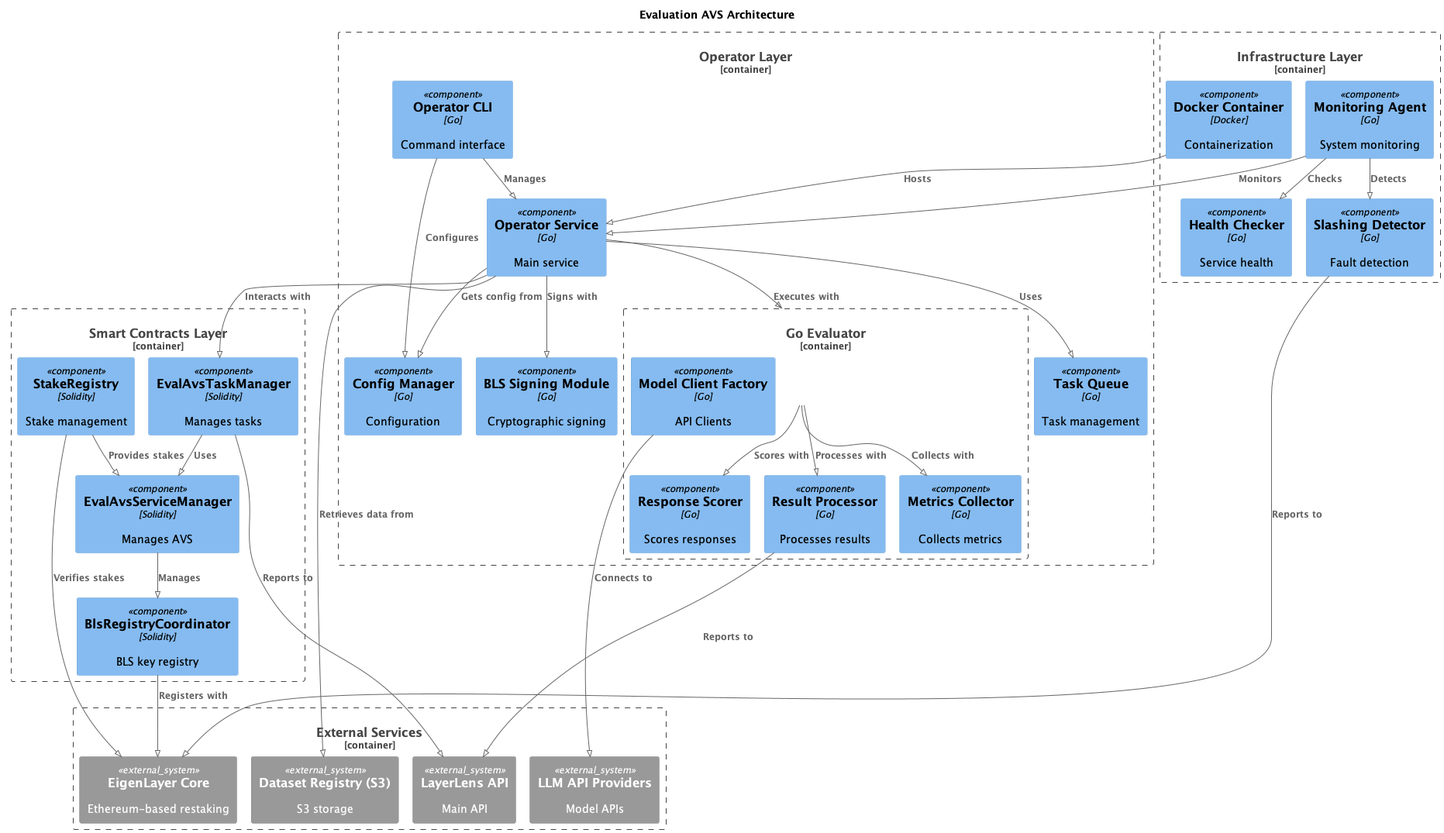
Before: custom-diagrams/diagrams/avs-architecture.png, a diagram exported from PlantUML (k-g-j/ll-sequence-diagrams). Its diagram source:
```plantuml
@startuml avs-architecture
!pragma layout smetana

!define FONTSIZE 11
!define FONTFAMILY Helvetica

!include https://raw.githubusercontent.com/plantuml-stdlib/C4-PlantUML/master/C4_Container.puml
!include https://raw.githubusercontent.com/plantuml-stdlib/C4-PlantUML/master/C4_Component.puml

title Evaluation AVS Architecture

Container_Boundary(smart_contracts, "Smart Contracts Layer") {
    Component(service_manager, "EvalAvsServiceManager", "Solidity", "Manages AVS")
    Component(task_manager, "EvalAvsTaskManager", "Solidity", "Manages tasks")
    Component(bls_registry, "BlsRegistryCoordinator", "Solidity", "BLS key registry")
    Component(stake_registry, "StakeRegistry", "Solidity", "Stake management")
}

Container_Boundary(operator_layer, "Operator Layer") {
    Component(op_service, "Operator Service", "Go", "Main service")
    Component(op_cli, "Operator CLI", "Go", "Command interface")
    Component(task_queue, "Task Queue", "Go", "Task management")
    Component(bls_signer, "BLS Signing Module", "Go", "Cryptographic signing")
    Component(config_mgr, "Config Manager", "Go", "Configuration")

    Container_Boundary(go_eval, "Go Evaluator") {
        Component(model_factory, "Model Client Factory", "Go", "API Clients")
        Component(scorer, "Response Scorer", "Go", "Scores responses")
        Component(processor, "Result Processor", "Go", "Processes results")
        Component(metrics, "Metrics Collector", "Go", "Collects metrics")
    }
}

Container_Boundary(infra, "Infrastructure Layer") {
    Component(docker, "Docker Container", "Docker", "Containerization")
    Component(monitor, "Monitoring Agent", "Go", "System monitoring")
    Component(health, "Health Checker", "Go", "Service health")
    Component(slashing, "Slashing Detector", "Go", "Fault detection")
}

Container_Boundary(external, "External Services") {
    System_Ext(eigenlayer, "EigenLayer Core", "Ethereum-based restaking")
    System_Ext(s3, "Dataset Registry (S3)", "S3 storage")
    System_Ext(llm, "LLM API Providers", "Model APIs")
    System_Ext(api, "LayerLens API", "Main API")
}

Rel(service_manager, bls_registry, "Manages")
Rel(task_manager, service_manager, "Uses")
Rel(stake_registry, service_manager, "Provides stakes")
Rel(bls_registry, eigenlayer, "Registers with")
Rel(stake_registry, eigenlayer, "Verifies stakes")

Rel(op_service, task_queue, "Uses")
Rel(op_service, bls_signer, "Signs with")
Rel(op_service, config_mgr, "Gets config from")
Rel(op_service, go_eval, "Executes with")
Rel(op_cli, op_service, "Manages")
Rel(op_cli, config_mgr, "Configures")
Rel(model_factory, llm, "Connects to")
Rel(go_eval, processor, "Processes with")
Rel(go_eval, scorer, "Scores with")
Rel(go_eval, metrics, "Collects with")
Rel(processor, api, "Reports to")

Rel(docker, op_service, "Hosts")
Rel(monitor, op_service, "Monitors")
Rel(monitor, health, "Checks")
Rel(monitor, slashing, "Detects")
Rel(slashing, eigenlayer, "Reports to")

Rel(op_service, task_manager, "Interacts with")
Rel(op_service, s3, "Retrieves data from")
Rel(task_manager, api, "Reports to")

@enduml
```
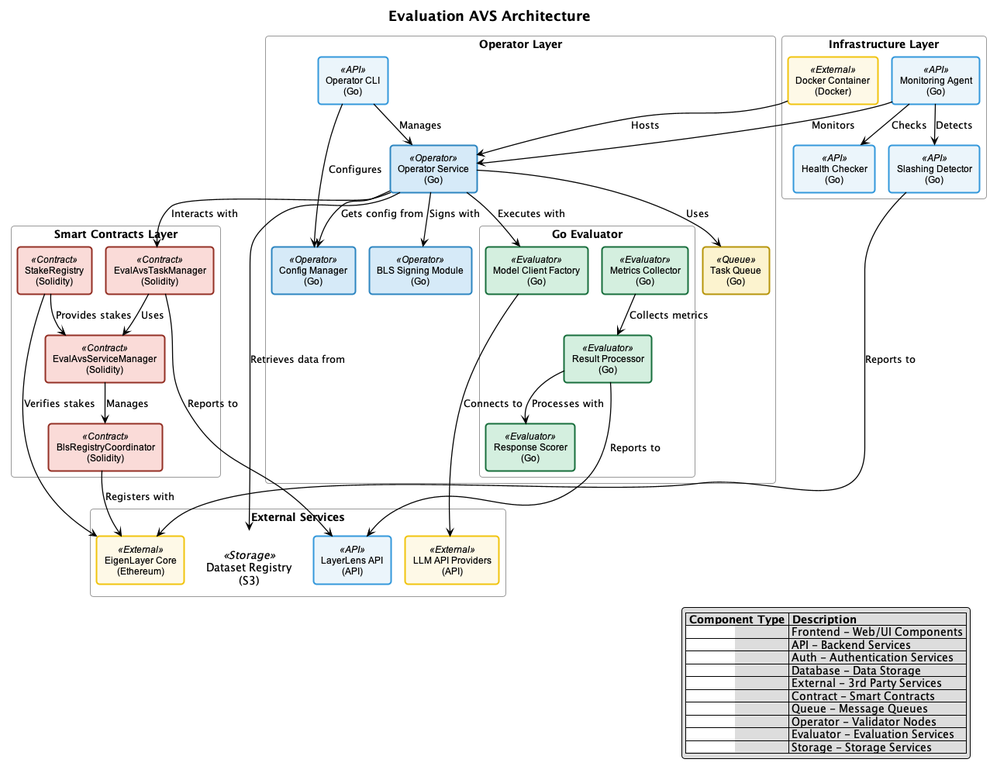
Above is the later version.

Commit message:
Improve architecture diagrams with consistent color coding and legends

The edit, as a diff of the source:
```diff
@@ -1,76 +1,161 @@
 @startuml avs-architecture
 !pragma layout smetana
 
-!define FONTSIZE 11
-!define FONTFAMILY Helvetica
+skinparam component<<Frontend>> {
+  BackgroundColor #E9F7EF
+  BorderColor #27AE60
+  BorderThickness 2
+}
 
-!include https://raw.githubusercontent.com/plantuml-stdlib/C4-PlantUML/master/C4_Container.puml
-!include https://raw.githubusercontent.com/plantuml-stdlib/C4-PlantUML/master/C4_Component.puml
+skinparam component<<API>> {
+  BackgroundColor #EBF5FB
+  BorderColor #3498DB
+  BorderThickness 2
+}
+
+skinparam component<<Auth>> {
+  BackgroundColor #F9EBEA
+  BorderColor #E74C3C
+  BorderThickness 2
+}
+
+skinparam component<<Database>> {
+  BackgroundColor #F4ECF7
+  BorderColor #8E44AD
+  BorderThickness 2
+}
+
+skinparam component<<External>> {
+  BackgroundColor #FEF9E7
+  BorderColor #F1C40F
+  BorderThickness 2
+}
+
+skinparam component<<Contract>> {
+  BackgroundColor #FADBD8
+  BorderColor #943126
+  BorderThickness 2
+}
+
+skinparam component<<Queue>> {
+  BackgroundColor #FCF3CF
+  BorderColor #B7950B
+  BorderThickness 2
+}
+
+skinparam component<<Operator>> {
+  BackgroundColor #D6EAF8
+  BorderColor #2E86C1
+  BorderThickness 2
+}
+
+skinparam component<<Evaluator>> {
+  BackgroundColor #D4EFDF
+  BorderColor #196F3D
+  BorderThickness 2
+}
+
+skinparam component<<Storage>> {
+  BackgroundColor #F5EEF8
+  BorderColor #76448A
+  BorderThickness 2
+}
+
+skinparam ArrowColor #000000
+skinparam ArrowThickness 1.3
+skinparam defaultTextAlignment center
+skinparam RoundCorner 8
+skinparam titleFontSize 18
+skinparam titleFontStyle bold
+skinparam ComponentStyle rectangle
+skinparam componentBorderThickness 1.5
+skinparam componentFontSize 12
+skinparam componentFontName Arial
+skinparam PackageStyle rectangle
+skinparam packageBackgroundColor transparent
+skinparam packageBorderColor #999999
+skinparam databaseBackgroundColor DATABASE_BG
+skinparam databaseBorderColor DATABASE_BORDER
+skinparam queueBackgroundColor QUEUE_BG
+skinparam queueBorderColor QUEUE_BORDER
 
 title Evaluation AVS Architecture
 
-Container_Boundary(smart_contracts, "Smart Contracts Layer") {
-    Component(service_manager, "EvalAvsServiceManager", "Solidity", "Manages AVS")
-    Component(task_manager, "EvalAvsTaskManager", "Solidity", "Manages tasks")
-    Component(bls_registry, "BlsRegistryCoordinator", "Solidity", "BLS key registry")
-    Component(stake_registry, "StakeRegistry", "Solidity", "Stake management")
+package "Smart Contracts Layer" {
+    [EvalAvsServiceManager\n(Solidity)] as service_manager <<Contract>>
+    [EvalAvsTaskManager\n(Solidity)] as task_manager <<Contract>>
+    [BlsRegistryCoordinator\n(Solidity)] as bls_registry <<Contract>>
+    [StakeRegistry\n(Solidity)] as stake_registry <<Contract>>
 }
 
-Container_Boundary(operator_layer, "Operator Layer") {
-    Component(op_service, "Operator Service", "Go", "Main service")
-    Component(op_cli, "Operator CLI", "Go", "Command interface")
-    Component(task_queue, "Task Queue", "Go", "Task management")
-    Component(bls_signer, "BLS Signing Module", "Go", "Cryptographic signing")
-    Component(config_mgr, "Config Manager", "Go", "Configuration")
+package "Operator Layer" {
+    [Operator Service\n(Go)] as op_service <<Operator>>
+    [Operator CLI\n(Go)] as op_cli <<API>>
+    [Task Queue\n(Go)] as task_queue <<Queue>>
+    [BLS Signing Module\n(Go)] as bls_signer <<Operator>>
+    [Config Manager\n(Go)] as config_mgr <<Operator>>
 
-    Container_Boundary(go_eval, "Go Evaluator") {
-        Component(model_factory, "Model Client Factory", "Go", "API Clients")
-        Component(scorer, "Response Scorer", "Go", "Scores responses")
-        Component(processor, "Result Processor", "Go", "Processes results")
-        Component(metrics, "Metrics Collector", "Go", "Collects metrics")
+    package "Go Evaluator" {
+        [Model Client Factory\n(Go)] as model_factory <<Evaluator>>
+        [Response Scorer\n(Go)] as scorer <<Evaluator>>
+        [Result Processor\n(Go)] as processor <<Evaluator>>
+        [Metrics Collector\n(Go)] as metrics <<Evaluator>>
     }
 }
 
-Container_Boundary(infra, "Infrastructure Layer") {
-    Component(docker, "Docker Container", "Docker", "Containerization")
-    Component(monitor, "Monitoring Agent", "Go", "System monitoring")
-    Component(health, "Health Checker", "Go", "Service health")
-    Component(slashing, "Slashing Detector", "Go", "Fault detection")
+package "Infrastructure Layer" {
+    [Docker Container\n(Docker)] as docker <<External>>
+    [Monitoring Agent\n(Go)] as monitor <<API>>
+    [Health Checker\n(Go)] as health <<API>>
+    [Slashing Detector\n(Go)] as slashing <<API>>
 }
 
-Container_Boundary(external, "External Services") {
-    System_Ext(eigenlayer, "EigenLayer Core", "Ethereum-based restaking")
-    System_Ext(s3, "Dataset Registry (S3)", "S3 storage")
-    System_Ext(llm, "LLM API Providers", "Model APIs")
-    System_Ext(api, "LayerLens API", "Main API")
+package "External Services" {
+    [EigenLayer Core\n(Ethereum)] as eigenlayer <<External>>
+    database "Dataset Registry\n(S3)" as s3 <<Storage>>
+    [LLM API Providers\n(API)] as llm <<External>>
+    [LayerLens API\n(API)] as api <<API>>
 }
 
-Rel(service_manager, bls_registry, "Manages")
-Rel(task_manager, service_manager, "Uses")
-Rel(stake_registry, service_manager, "Provides stakes")
-Rel(bls_registry, eigenlayer, "Registers with")
-Rel(stake_registry, eigenlayer, "Verifies stakes")
+service_manager --> bls_registry : Manages
+task_manager --> service_manager : Uses
+stake_registry --> service_manager : Provides stakes
+bls_registry --> eigenlayer : Registers with
+stake_registry --> eigenlayer : Verifies stakes
 
-Rel(op_service, task_queue, "Uses")
-Rel(op_service, bls_signer, "Signs with")
-Rel(op_service, config_mgr, "Gets config from")
-Rel(op_service, go_eval, "Executes with")
-Rel(op_cli, op_service, "Manages")
-Rel(op_cli, config_mgr, "Configures")
-Rel(model_factory, llm, "Connects to")
-Rel(go_eval, processor, "Processes with")
-Rel(go_eval, scorer, "Scores with")
-Rel(go_eval, metrics, "Collects with")
-Rel(processor, api, "Reports to")
+op_service --> task_queue : Uses
+op_service --> bls_signer : Signs with
+op_service --> config_mgr : Gets config from
+op_service --> model_factory : Executes with
+op_cli --> op_service : Manages
+op_cli --> config_mgr : Configures
+model_factory --> llm : Connects to
+processor --> scorer : Processes with
+metrics --> processor : Collects metrics
+processor --> api : Reports to
 
-Rel(docker, op_service, "Hosts")
-Rel(monitor, op_service, "Monitors")
-Rel(monitor, health, "Checks")
-Rel(monitor, slashing, "Detects")
-Rel(slashing, eigenlayer, "Reports to")
+docker --> op_service : Hosts
+monitor --> op_service : Monitors
+monitor --> health : Checks
+monitor --> slashing : Detects
+slashing --> eigenlayer : Reports to
 
-Rel(op_service, task_manager, "Interacts with")
-Rel(op_service, s3, "Retrieves data from")
-Rel(task_manager, api, "Reports to")
+op_service --> task_manager : Interacts with
+op_service --> s3 : Retrieves data from
+task_manager --> api : Reports to
+
+legend right
+  |= Component Type |= Description |
+  |<back:FRONTEND_BG>                </back>| Frontend - Web/UI Components |
+  |<back:API_BG>                </back>| API - Backend Services |
+  |<back:AUTH_BG>                </back>| Auth - Authentication Services |
+  |<back:DATABASE_BG>                </back>| Database - Data Storage |
+  |<back:EXTERNAL_BG>                </back>| External - 3rd Party Services |
+  |<back:CONTRACT_BG>                </back>| Contract - Smart Contracts |
+  |<back:QUEUE_BG>                </back>| Queue - Message Queues |
+  |<back:OPERATOR_BG>                </back>| Operator - Validator Nodes |
+  |<back:EVALUATOR_BG>                </back>| Evaluator - Evaluation Services |
+  |<back:STORAGE_BG>                </back>| Storage - Storage Services |
+endlegend
 
 @enduml
```
